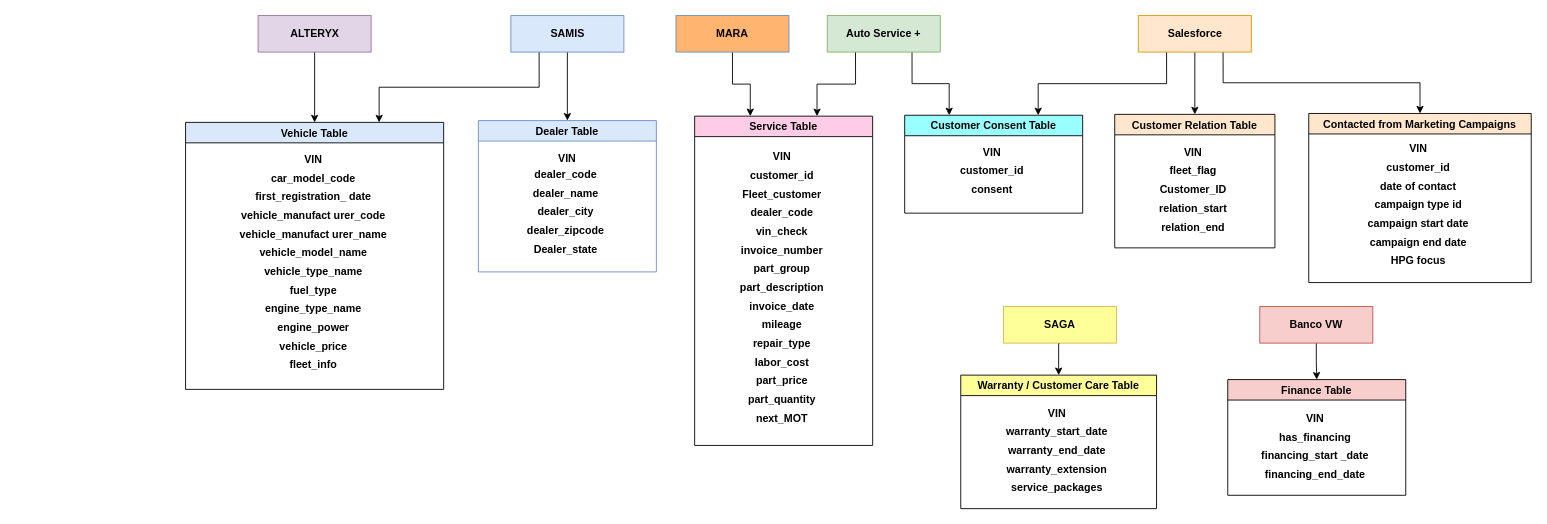
This is page "Origens Scorpion" (5 of 6) of scorpion.drawio from leo-odilon/draw.io, a draw.io file, before an edit. Source tidied: cells renumbered, new cells numbered last; positions are measured from the earlier drawing's top-left corner, leaving out a move shared by most shapes. Both pictures are drawn from the tidied source at 89%, with x=0, y=0 at pixel (185, 15).
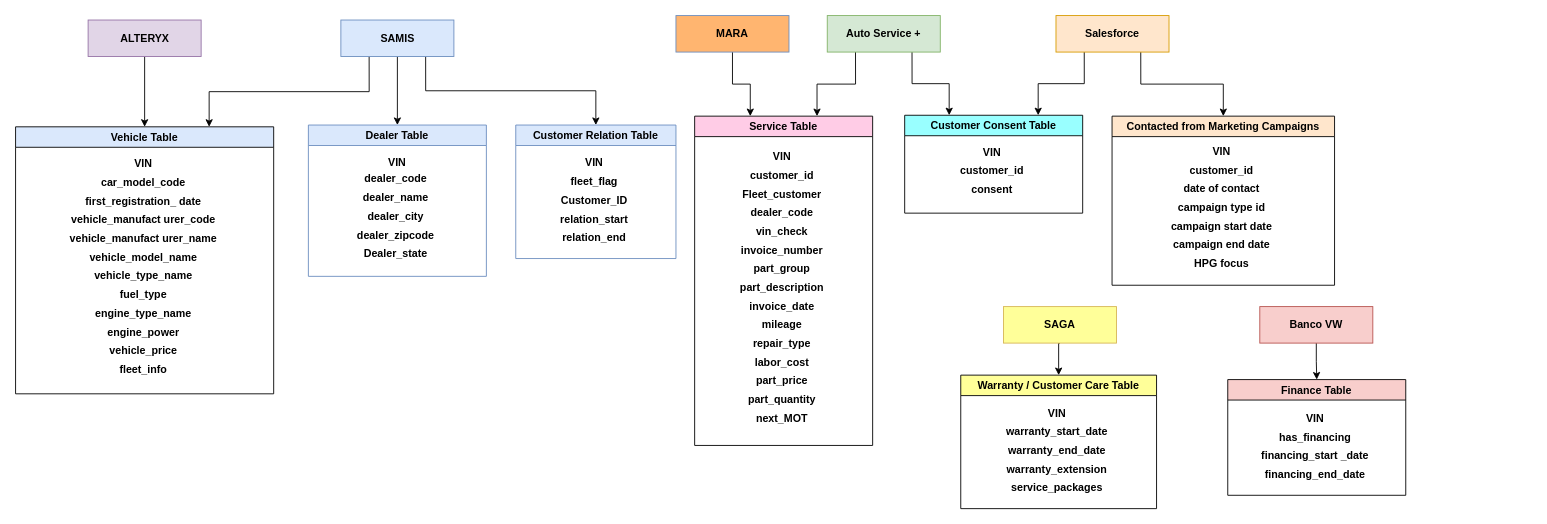
The same page after the edit.

Commit message:
Origens Scorpion

What changed in the source:
```diff
@@
     <mxCell id="2" value="Vehicle Table" style="swimlane;fillColor=#dae8fc;strokeColor=#000000;" parent="1" vertex="1">
-      <mxGeometry y="120" width="290" height="300" as="geometry" />
+      <mxGeometry x="-191" y="125" width="290" height="300" as="geometry" />
     </mxCell>
@@
+    <mxCell id="36" style="edgeStyle=orthogonalEdgeStyle;rounded=0;jettySize=auto;html=1;exitX=0.75;exitY=1;exitDx=0;exitDy=0;entryX=0.5;entryY=0;entryDx=0;entryDy=0;" parent="1" edge="1" source="6" target="16">
+      <mxGeometry relative="1" as="geometry" />
+    </mxCell>
     <mxCell id="6" value="&lt;b&gt;SAMIS&lt;/b&gt;" style="rounded=0;whiteSpace=wrap;html=1;fillColor=#dae8fc;strokeColor=#6c8ebf;" parent="1" vertex="1">
-      <mxGeometry x="365.5" width="127" height="41" as="geometry" />
+      <mxGeometry x="174.5" y="5" width="127" height="41" as="geometry" />
     </mxCell>
@@
-    <mxCell id="11" style="edgeStyle=orthogonalEdgeStyle;rounded=0;jettySize=auto;html=1;exitX=0.5;exitY=1;exitDx=0;exitDy=0;entryX=0.5;entryY=0;entryDx=0;entryDy=0;" parent="1" edge="1" source="13" target="16">
-      <mxGeometry relative="1" as="geometry" />
-    </mxCell>
@@
     <mxCell id="13" value="&lt;b&gt;Salesforce&lt;/b&gt;" style="rounded=0;whiteSpace=wrap;html=1;fillColor=#ffe6cc;strokeColor=#d79b00;" parent="1" vertex="1">
-      <mxGeometry x="1070.5" width="127" height="41" as="geometry" />
+      <mxGeometry x="978" width="127" height="41" as="geometry" />
     </mxCell>
@@
-    <mxCell id="16" value="Customer Relation Table" style="swimlane;gradientDirection=east;fillColor=#ffe6cc;strokeColor=#000000;" parent="1" vertex="1">
-      <mxGeometry x="1044" y="111" width="180" height="150" as="geometry" />
-    </mxCell>
-    <mxCell id="17" value="&lt;table width=&quot;187&quot; cellspacing=&quot;0&quot; cellpadding=&quot;0&quot; border=&quot;0&quot;&gt;&lt;colgroup&gt;&lt;col style=&quot;mso-width-source:userset;mso-width-alt:5984;width:140pt&quot; width=&quot;187&quot;&gt;&lt;/colgroup&gt;&lt;tbody&gt;&lt;tr style=&quot;height:15.75pt&quot; height=&quot;21&quot;&gt;&lt;td style=&quot;height:15.75pt;width:140pt&quot; width=&quot;187&quot; class=&quot;xl65&quot; height=&quot;21&quot;&gt;VIN&amp;nbsp;&lt;/td&gt; &lt;/tr&gt; &lt;tr style=&quot;height:15.75pt&quot; height=&quot;21&quot;&gt;  &lt;td style=&quot;height:15.75pt&quot; class=&quot;xl65&quot; height=&quot;21&quot;&gt;fleet_flag&amp;nbsp;&lt;/td&gt; &lt;/tr&gt; &lt;tr style=&quot;height:15.75pt&quot; height=&quot;21&quot;&gt;  &lt;td style=&quot;height:15.75pt&quot; class=&quot;xl65&quot; height=&quot;21&quot;&gt;Customer_ID&amp;nbsp;&lt;/td&gt; &lt;/tr&gt; &lt;tr style=&quot;height:15.75pt&quot; height=&quot;21&quot;&gt;  &lt;td style=&quot;height:15.75pt&quot; class=&quot;xl65&quot; height=&quot;21&quot;&gt;relation_start&amp;nbsp;&lt;/td&gt; &lt;/tr&gt; &lt;tr style=&quot;height:15.75pt&quot; height=&quot;21&quot;&gt;  &lt;td style=&quot;height:15.75pt&quot; class=&quot;xl65&quot; height=&quot;21&quot;&gt;relation_end&amp;nbsp;&lt;/td&gt; &lt;/tr&gt;&lt;/tbody&gt;&lt;/table&gt;" style="text;html=1;strokeColor=none;fillColor=none;align=center;verticalAlign=middle;whiteSpace=wrap;rounded=0;fontStyle=1;" parent="16" vertex="1">
-      <mxGeometry x="60" y="70" width="60" height="30" as="geometry" />
-    </mxCell>
@@
     <mxCell id="22" value="Dealer Table" style="swimlane;fillColor=#dae8fc;gradientDirection=east;strokeColor=#6c8ebf;" parent="1" vertex="1">
-      <mxGeometry x="329" y="118" width="200" height="170" as="geometry" />
+      <mxGeometry x="138" y="123" width="200" height="170" as="geometry" />
     </mxCell>
@@
     <mxCell id="26" value="Contacted from Marketing Campaigns" style="swimlane;fillColor=#ffe6cc;gradientDirection=east;strokeColor=#000000;" parent="1" vertex="1">
-      <mxGeometry x="1262" y="110" width="250" height="190" as="geometry" />
+      <mxGeometry x="1041" y="113" width="250" height="190" as="geometry" />
     </mxCell>
@@
     <mxCell id="33" value="&lt;b&gt;ALTERYX&lt;/b&gt;" style="rounded=0;whiteSpace=wrap;html=1;fillColor=#e1d5e7;strokeColor=#9673a6;" parent="1" vertex="1">
-      <mxGeometry x="81.5" width="127" height="41" as="geometry" />
+      <mxGeometry x="-109.5" y="5" width="127" height="41" as="geometry" />
     </mxCell>
@@
+    <mxCell id="16" value="Customer Relation Table" style="swimlane;gradientDirection=east;fillColor=#dae8fc;strokeColor=#6c8ebf;" parent="1" vertex="1">
+      <mxGeometry x="371" y="123" width="180" height="150" as="geometry" />
+    </mxCell>
+    <mxCell id="17" value="&lt;table width=&quot;187&quot; cellspacing=&quot;0&quot; cellpadding=&quot;0&quot; border=&quot;0&quot;&gt;&lt;colgroup&gt;&lt;col style=&quot;mso-width-source:userset;mso-width-alt:5984;width:140pt&quot; width=&quot;187&quot;&gt;&lt;/colgroup&gt;&lt;tbody&gt;&lt;tr style=&quot;height:15.75pt&quot; height=&quot;21&quot;&gt;&lt;td style=&quot;height:15.75pt;width:140pt&quot; width=&quot;187&quot; class=&quot;xl65&quot; height=&quot;21&quot;&gt;VIN&amp;nbsp;&lt;/td&gt; &lt;/tr&gt; &lt;tr style=&quot;height:15.75pt&quot; height=&quot;21&quot;&gt;  &lt;td style=&quot;height:15.75pt&quot; class=&quot;xl65&quot; height=&quot;21&quot;&gt;fleet_flag&amp;nbsp;&lt;/td&gt; &lt;/tr&gt; &lt;tr style=&quot;height:15.75pt&quot; height=&quot;21&quot;&gt;  &lt;td style=&quot;height:15.75pt&quot; class=&quot;xl65&quot; height=&quot;21&quot;&gt;Customer_ID&amp;nbsp;&lt;/td&gt; &lt;/tr&gt; &lt;tr style=&quot;height:15.75pt&quot; height=&quot;21&quot;&gt;  &lt;td style=&quot;height:15.75pt&quot; class=&quot;xl65&quot; height=&quot;21&quot;&gt;relation_start&amp;nbsp;&lt;/td&gt; &lt;/tr&gt; &lt;tr style=&quot;height:15.75pt&quot; height=&quot;21&quot;&gt;  &lt;td style=&quot;height:15.75pt&quot; class=&quot;xl65&quot; height=&quot;21&quot;&gt;relation_end&amp;nbsp;&lt;/td&gt; &lt;/tr&gt;&lt;/tbody&gt;&lt;/table&gt;" style="text;html=1;strokeColor=none;fillColor=none;align=center;verticalAlign=middle;whiteSpace=wrap;rounded=0;fontStyle=1;" parent="16" vertex="1">
+      <mxGeometry x="60" y="70" width="60" height="30" as="geometry" />
+    </mxCell>
```
